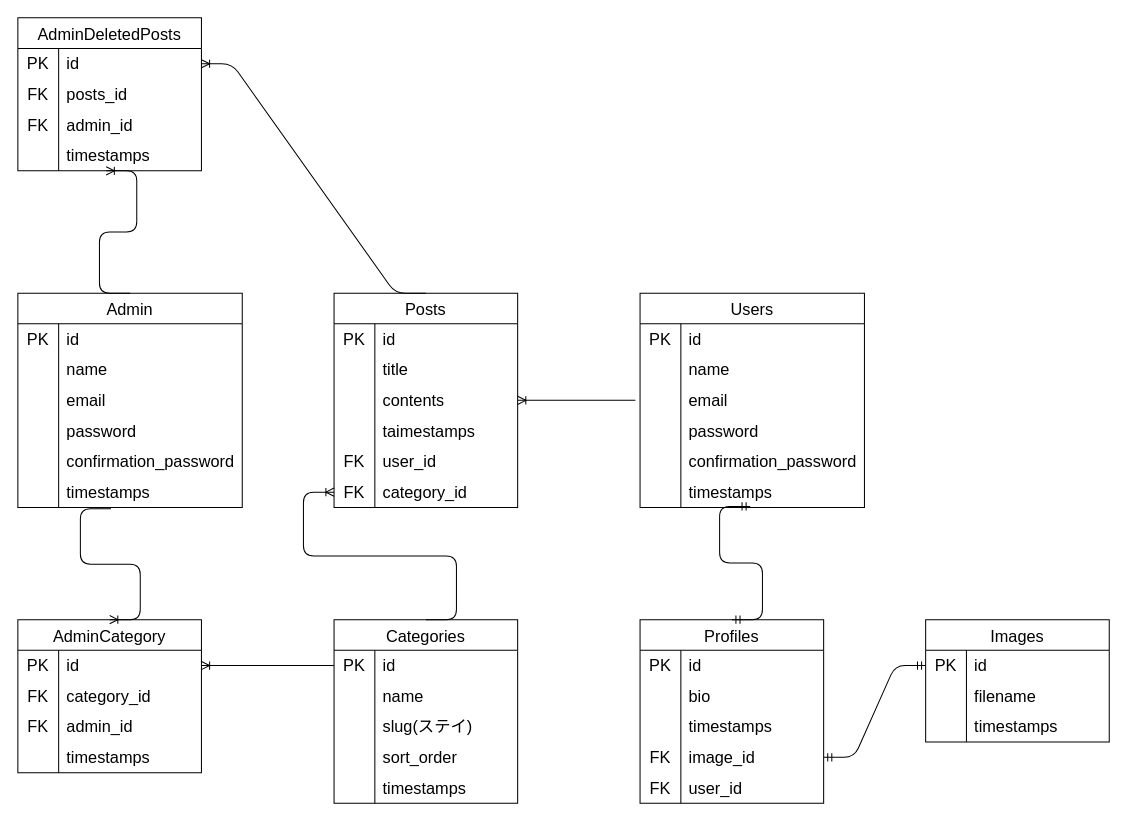
The draw.io diagram ER_diargram.drawio in matsudaryuki92/BridgeBoard, before the edit. Source tidied: cells renumbered, new cells numbered last; positions are measured from the earlier drawing's top-left corner, leaving out a move shared by most shapes. Both pictures are drawn from the tidied source at 102%, with x=0, y=0 at pixel (7, 17).
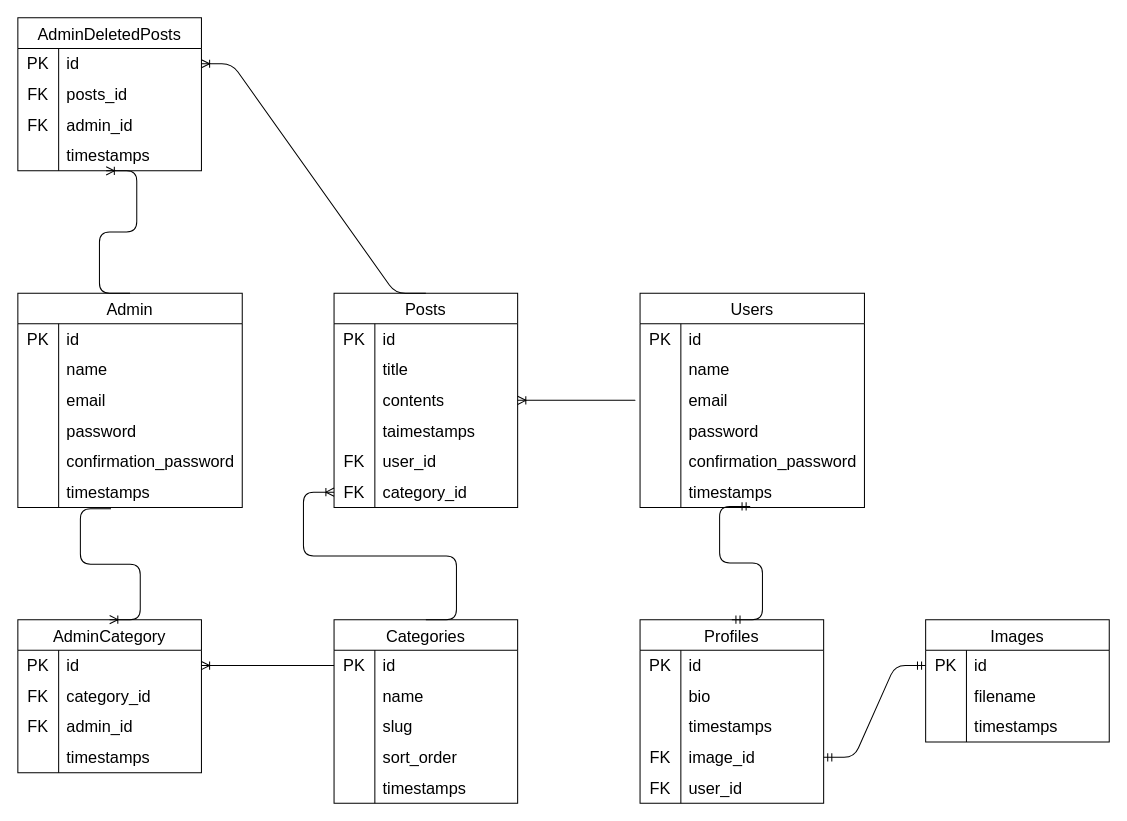
The same page after the edit.

The change refers to these unchanged cells:
```xml
<mxCell id="76" style="shape=tableRow;horizontal=0;startSize=0;swimlaneHead=0;swimlaneBody=0;top=0;left=0;bottom=0;right=0;fillColor=none;strokeColor=inherit;fontSize=16;" parent="69" vertex="1">
  <mxGeometry y="90" width="180" height="30" as="geometry" />
</mxCell>
```

Diff of the diagram source:
```diff
@@
-    <mxCell id="78" value="slug(ステイ)" style="shape=partialRectangle;html=1;whiteSpace=wrap;fillColor=none;top=0;left=0;bottom=0;right=0;align=left;spacingLeft=6;overflow=hidden;strokeColor=inherit;fontSize=16;" parent="76" vertex="1">
+    <mxCell id="78" value="slug" style="shape=partialRectangle;html=1;whiteSpace=wrap;fillColor=none;top=0;left=0;bottom=0;right=0;align=left;spacingLeft=6;overflow=hidden;strokeColor=inherit;fontSize=16;" parent="76" vertex="1">
       <mxGeometry x="40" width="140" height="30" as="geometry" />
     </mxCell>
```
